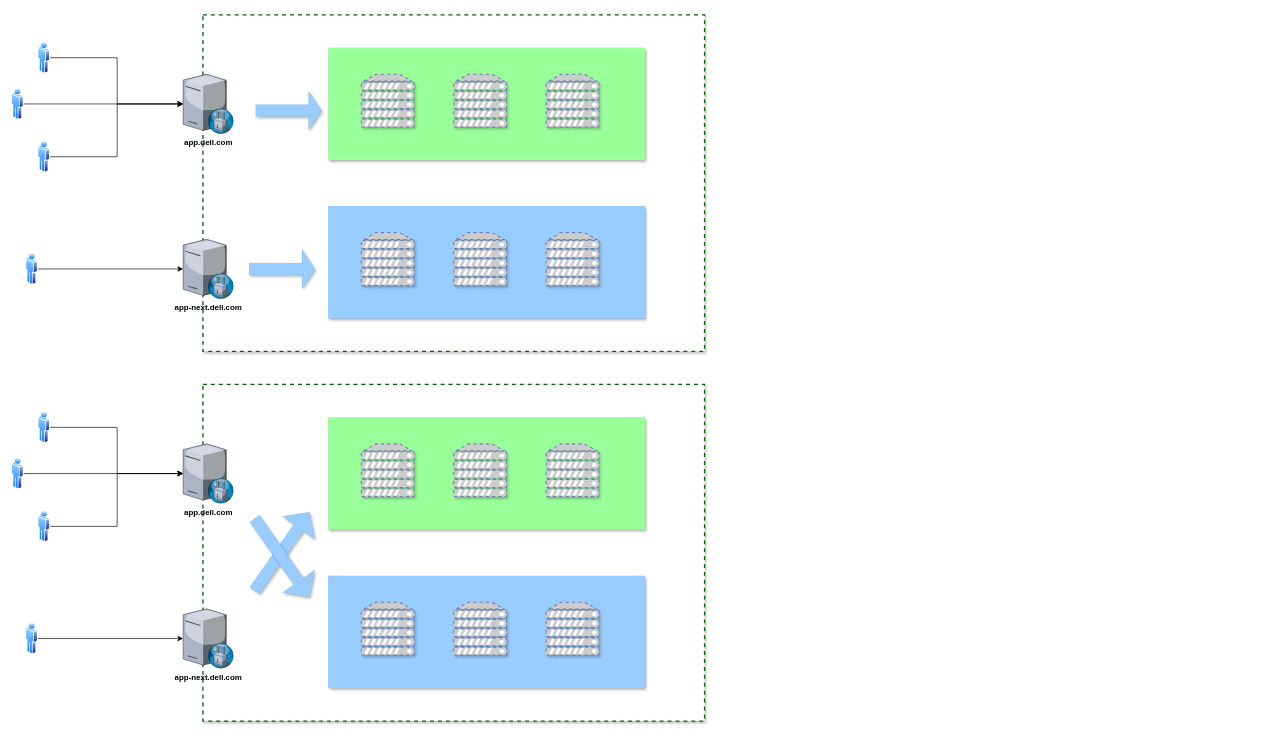
The draw.io diagram Untitled Diagram.drawio in stevedunne/draw.io, before the edit. Source tidied: cells renumbered, new cells numbered last; positions are measured from the earlier drawing's top-left corner, leaving out a move shared by most shapes. Both pictures are drawn from the tidied source at 66%, with x=0, y=0 at pixel (11, 15).
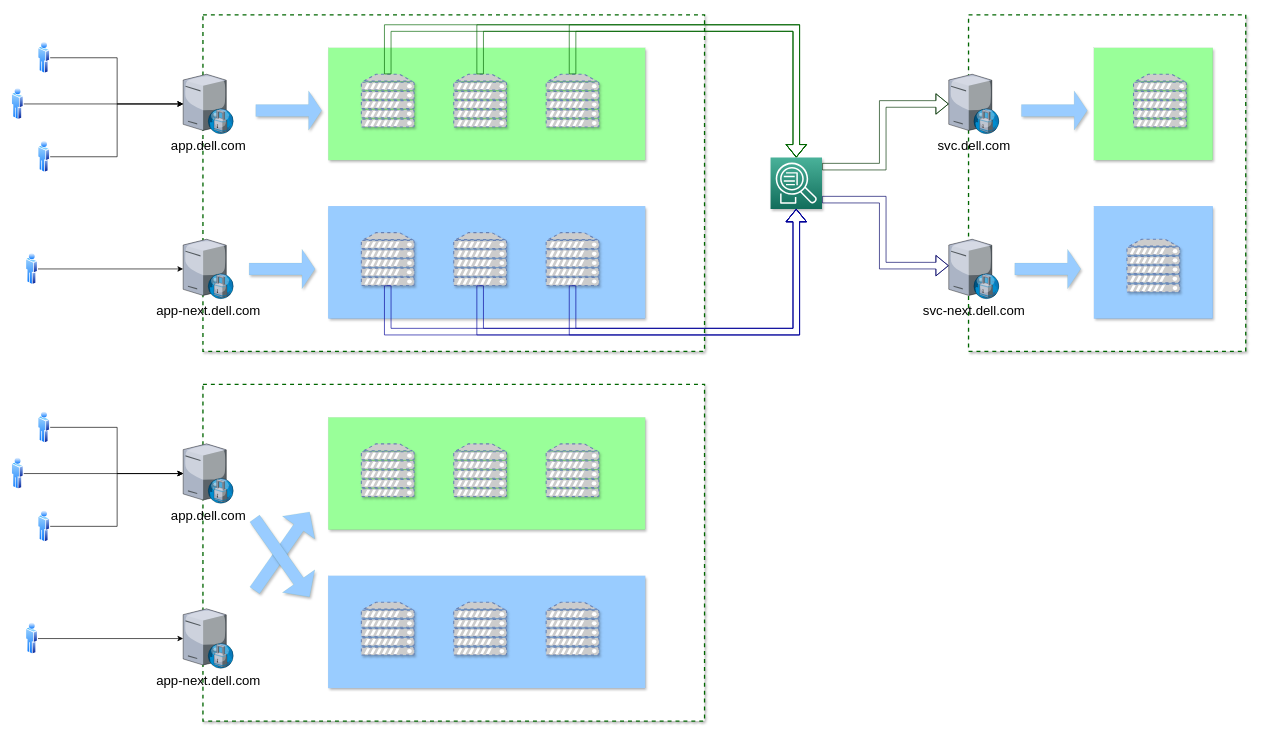
The same page after the edit.

Commit message:
Adding egress proxy

The change refers to these unchanged cells:
```xml
<mxCell id="15" style="fontColor=#0066CC;verticalAlign=top;verticalLabelPosition=bottom;labelPosition=center;align=center;html=1;outlineConnect=0;fillColor=#CCCCCC;strokeColor=#6881B3;gradientColor=none;gradientDirection=north;strokeWidth=2;shape=mxgraph.networks.server;dashed=1;shadow=1;" parent="13" vertex="1">
  <mxGeometry x="330" y="40" width="80" height="80" as="geometry" />
</mxCell>
<mxCell id="16" style="fontColor=#0066CC;verticalAlign=top;verticalLabelPosition=bottom;labelPosition=center;align=center;html=1;outlineConnect=0;fillColor=#CCCCCC;strokeColor=#6881B3;gradientColor=none;gradientDirection=north;strokeWidth=2;shape=mxgraph.networks.server;dashed=1;shadow=1;" parent="13" vertex="1">
  <mxGeometry x="50" y="40" width="80" height="80" as="geometry" />
</mxCell>
<mxCell id="17" style="fontColor=#0066CC;verticalAlign=top;verticalLabelPosition=bottom;labelPosition=center;align=center;html=1;outlineConnect=0;fillColor=#CCCCCC;strokeColor=#6881B3;gradientColor=none;gradientDirection=north;strokeWidth=2;shape=mxgraph.networks.server;dashed=1;shadow=1;" parent="13" vertex="1">
  <mxGeometry x="190" y="40" width="80" height="80" as="geometry" />
</mxCell>
<mxCell id="20" style="fontColor=#0066CC;verticalAlign=top;verticalLabelPosition=bottom;labelPosition=center;align=center;html=1;outlineConnect=0;fillColor=#CCCCCC;strokeColor=#6881B3;gradientColor=none;gradientDirection=north;strokeWidth=2;shape=mxgraph.networks.server;dashed=1;shadow=1;" parent="18" vertex="1">
  <mxGeometry x="330" y="40" width="80" height="80" as="geometry" />
</mxCell>
<mxCell id="21" style="fontColor=#0066CC;verticalAlign=top;verticalLabelPosition=bottom;labelPosition=center;align=center;html=1;outlineConnect=0;fillColor=#CCCCCC;strokeColor=#6881B3;gradientColor=none;gradientDirection=north;strokeWidth=2;shape=mxgraph.networks.server;dashed=1;shadow=1;" parent="18" vertex="1">
  <mxGeometry x="50" y="40" width="80" height="80" as="geometry" />
</mxCell>
<mxCell id="22" style="fontColor=#0066CC;verticalAlign=top;verticalLabelPosition=bottom;labelPosition=center;align=center;html=1;outlineConnect=0;fillColor=#CCCCCC;strokeColor=#6881B3;gradientColor=none;gradientDirection=north;strokeWidth=2;shape=mxgraph.networks.server;dashed=1;shadow=1;" parent="18" vertex="1">
  <mxGeometry x="190" y="40" width="80" height="80" as="geometry" />
</mxCell>
```

The edit, as a diff of the source:
```diff
@@
-    <mxCell id="9" value="app.dell.com" style="verticalLabelPosition=bottom;sketch=0;html=1;verticalAlign=top;strokeColor=none;align=center;outlineConnect=0;shape=mxgraph.citrix.proxy_server;fontStyle=1;" parent="1" vertex="1">
+    <mxCell id="9" value="app.dell.com" style="verticalLabelPosition=bottom;sketch=0;html=1;verticalAlign=top;strokeColor=none;align=center;outlineConnect=0;shape=mxgraph.citrix.proxy_server;fontStyle=0;fontSize=20;" parent="1" vertex="1">
       <mxGeometry x="260" y="90" width="76.5" height="90" as="geometry" />
     </mxCell>
-    <mxCell id="10" value="app-next.dell.com" style="verticalLabelPosition=bottom;sketch=0;html=1;verticalAlign=top;strokeColor=none;align=center;outlineConnect=0;shape=mxgraph.citrix.proxy_server;fontStyle=1;" parent="1" vertex="1">
+    <mxCell id="10" value="app-next.dell.com" style="verticalLabelPosition=bottom;sketch=0;html=1;verticalAlign=top;strokeColor=none;align=center;outlineConnect=0;shape=mxgraph.citrix.proxy_server;fontStyle=0;fontSize=20;" parent="1" vertex="1">
       <mxGeometry x="260" y="340" width="76.5" height="90" as="geometry" />
     </mxCell>
@@
-    <mxCell id="32" value="app.dell.com" style="verticalLabelPosition=bottom;sketch=0;html=1;verticalAlign=top;strokeColor=none;align=center;outlineConnect=0;shape=mxgraph.citrix.proxy_server;fontStyle=1;" parent="1" vertex="1">
+    <mxCell id="32" value="app.dell.com" style="verticalLabelPosition=bottom;sketch=0;html=1;verticalAlign=top;strokeColor=none;align=center;outlineConnect=0;shape=mxgraph.citrix.proxy_server;fontStyle=0;fontSize=20;" parent="1" vertex="1">
       <mxGeometry x="260" y="650" width="76.5" height="90" as="geometry" />
     </mxCell>
-    <mxCell id="33" value="app-next.dell.com" style="verticalLabelPosition=bottom;sketch=0;html=1;verticalAlign=top;strokeColor=none;align=center;outlineConnect=0;shape=mxgraph.citrix.proxy_server;fontStyle=1;" parent="1" vertex="1">
+    <mxCell id="33" value="app-next.dell.com" style="verticalLabelPosition=bottom;sketch=0;html=1;verticalAlign=top;strokeColor=none;align=center;outlineConnect=0;shape=mxgraph.citrix.proxy_server;fontStyle=0;fontSize=20;" parent="1" vertex="1">
       <mxGeometry x="260" y="900" width="76.5" height="90" as="geometry" />
     </mxCell>
@@
+    <mxCell id="48" style="edgeStyle=orthogonalEdgeStyle;shape=flexArrow;rounded=0;jettySize=auto;html=1;strokeColor=#003300;" parent="1" edge="1" source="50" target="58">
+      <mxGeometry relative="1" as="geometry">
+        <Array as="points">
+          <mxPoint x="1320" y="230" />
+          <mxPoint x="1320" y="135" />
+        </Array>
+      </mxGeometry>
+    </mxCell>
+    <mxCell id="49" style="edgeStyle=orthogonalEdgeStyle;shape=flexArrow;rounded=0;jettySize=auto;html=1;strokeColor=#000066;" parent="1" edge="1" source="50" target="59">
+      <mxGeometry relative="1" as="geometry">
+        <Array as="points">
+          <mxPoint x="1320" y="280" />
+          <mxPoint x="1320" y="380" />
+        </Array>
+      </mxGeometry>
+    </mxCell>
+    <mxCell id="50" style="sketch=0;points=[[0,0,0],[0.25,0,0],[0.5,0,0],[0.75,0,0],[1,0,0],[0,1,0],[0.25,1,0],[0.5,1,0],[0.75,1,0],[1,1,0],[0,0.25,0],[0,0.5,0],[0,0.75,0],[1,0.25,0],[1,0.5,0],[1,0.75,0]];outlineConnect=0;fontColor=#232F3E;gradientColor=#4AB29A;gradientDirection=north;fillColor=#116D5B;strokeColor=#ffffff;dashed=0;verticalLabelPosition=bottom;verticalAlign=top;align=center;html=1;fontSize=12;fontStyle=0;shape=mxgraph.aws4.resourceIcon;resIcon=mxgraph.aws4.application_discovery_service;shadow=1;" parent="1" vertex="1">
+      <mxGeometry x="1150" y="216" width="78" height="78" as="geometry" />
+    </mxCell>
+    <mxCell id="51" style="edgeStyle=orthogonalEdgeStyle;shape=flexArrow;rounded=0;jettySize=auto;html=1;strokeColor=#006600;" parent="1" edge="1" source="16" target="50">
+      <mxGeometry relative="1" as="geometry">
+        <Array as="points">
+          <mxPoint x="570" y="20" />
+          <mxPoint x="1189" y="20" />
+        </Array>
+      </mxGeometry>
+    </mxCell>
+    <mxCell id="52" style="edgeStyle=orthogonalEdgeStyle;shape=flexArrow;rounded=0;jettySize=auto;html=1;strokeColor=#006600;" parent="1" edge="1" source="17" target="50">
+      <mxGeometry relative="1" as="geometry">
+        <Array as="points">
+          <mxPoint x="710" y="20" />
+          <mxPoint x="1189" y="20" />
+        </Array>
+      </mxGeometry>
+    </mxCell>
+    <mxCell id="53" style="edgeStyle=orthogonalEdgeStyle;shape=flexArrow;rounded=0;jettySize=auto;html=1;strokeColor=#006600;" parent="1" edge="1" source="15" target="50">
+      <mxGeometry relative="1" as="geometry">
+        <Array as="points">
+          <mxPoint x="850" y="20" />
+          <mxPoint x="1189" y="20" />
+        </Array>
+      </mxGeometry>
+    </mxCell>
+    <mxCell id="54" style="edgeStyle=orthogonalEdgeStyle;shape=flexArrow;rounded=0;jettySize=auto;html=1;strokeColor=#000099;" parent="1" edge="1" source="21" target="50">
+      <mxGeometry relative="1" as="geometry">
+        <Array as="points">
+          <mxPoint x="570" y="480" />
+          <mxPoint x="1189" y="480" />
+        </Array>
+      </mxGeometry>
+    </mxCell>
+    <mxCell id="55" style="edgeStyle=orthogonalEdgeStyle;shape=flexArrow;rounded=0;jettySize=auto;html=1;strokeColor=#000099;" parent="1" edge="1" source="22" target="50">
+      <mxGeometry relative="1" as="geometry">
+        <Array as="points">
+          <mxPoint x="710" y="480" />
+          <mxPoint x="1189" y="480" />
+        </Array>
+      </mxGeometry>
+    </mxCell>
+    <mxCell id="56" style="edgeStyle=orthogonalEdgeStyle;shape=flexArrow;rounded=0;jettySize=auto;html=1;strokeColor=#000099;" parent="1" edge="1" source="20" target="50">
+      <mxGeometry relative="1" as="geometry">
+        <Array as="points">
+          <mxPoint x="850" y="480" />
+          <mxPoint x="1189" y="480" />
+        </Array>
+      </mxGeometry>
+    </mxCell>
+    <mxCell id="57" style="whiteSpace=wrap;html=1;dashed=1;strokeColor=#006600;strokeWidth=2;shadow=1;" parent="1" vertex="1">
+      <mxGeometry x="1450" width="420" height="510" as="geometry" />
+    </mxCell>
+    <mxCell id="58" value="svc.dell.com" style="verticalLabelPosition=bottom;sketch=0;html=1;verticalAlign=top;strokeColor=none;align=center;outlineConnect=0;shape=mxgraph.citrix.proxy_server;fontStyle=0;fontSize=20;" parent="1" vertex="1">
+      <mxGeometry x="1420" y="90" width="76.5" height="90" as="geometry" />
+    </mxCell>
+    <mxCell id="59" value="svc-next.dell.com" style="verticalLabelPosition=bottom;sketch=0;html=1;verticalAlign=top;strokeColor=none;align=center;outlineConnect=0;shape=mxgraph.citrix.proxy_server;fontStyle=0;horizontal=1;fontSize=20;" parent="1" vertex="1">
+      <mxGeometry x="1420" y="340" width="76.5" height="90" as="geometry" />
+    </mxCell>
+    <mxCell id="60" style="group;" parent="1" vertex="1">
+      <mxGeometry x="1640" y="50" width="180" height="170" as="geometry" />
+    </mxCell>
+    <mxCell id="61" style="whiteSpace=wrap;html=1;shadow=1;strokeColor=#006600;strokeWidth=0;fillColor=#99FF99;" parent="60" vertex="1">
+      <mxGeometry width="180" height="170" as="geometry" />
+    </mxCell>
+    <mxCell id="62" style="fontColor=#0066CC;verticalAlign=top;verticalLabelPosition=bottom;labelPosition=center;align=center;html=1;fillColor=#CCCCCC;strokeColor=#6881B3;gradientColor=none;gradientDirection=north;strokeWidth=2;shape=mxgraph.networks.server;dashed=1;shadow=1;" parent="60" vertex="1">
+      <mxGeometry x="60" y="40" width="80" height="80" as="geometry" />
+    </mxCell>
+    <mxCell id="63" style="group;fillColor=#99CCFF;strokeColor=#6c8ebf;strokeWidth=0;" parent="1" vertex="1">
+      <mxGeometry x="1640" y="290" width="180" height="170" as="geometry" />
+    </mxCell>
+    <mxCell id="64" style="whiteSpace=wrap;html=1;shadow=1;strokeColor=none;strokeWidth=0;fillColor=#99CCFF;" parent="63" vertex="1">
+      <mxGeometry width="180" height="170" as="geometry" />
+    </mxCell>
+    <mxCell id="65" style="fontColor=#0066CC;verticalAlign=top;verticalLabelPosition=bottom;labelPosition=center;align=center;html=1;fillColor=#CCCCCC;strokeColor=#6881B3;gradientColor=none;gradientDirection=north;strokeWidth=2;shape=mxgraph.networks.server;dashed=1;shadow=1;" parent="63" vertex="1">
+      <mxGeometry x="50" y="50" width="80" height="80" as="geometry" />
+    </mxCell>
+    <mxCell id="66" style="shape=singleArrow;whiteSpace=wrap;html=1;shadow=1;strokeColor=#006600;strokeWidth=0;fillColor=#99CCFF;" parent="1" vertex="1">
+      <mxGeometry x="1520" y="355" width="100" height="60" as="geometry" />
+    </mxCell>
+    <mxCell id="67" style="shape=singleArrow;whiteSpace=wrap;html=1;shadow=1;strokeColor=#006600;strokeWidth=0;fillColor=#99CCFF;" parent="1" vertex="1">
+      <mxGeometry x="1530" y="115" width="100" height="60" as="geometry" />
+    </mxCell>
```
